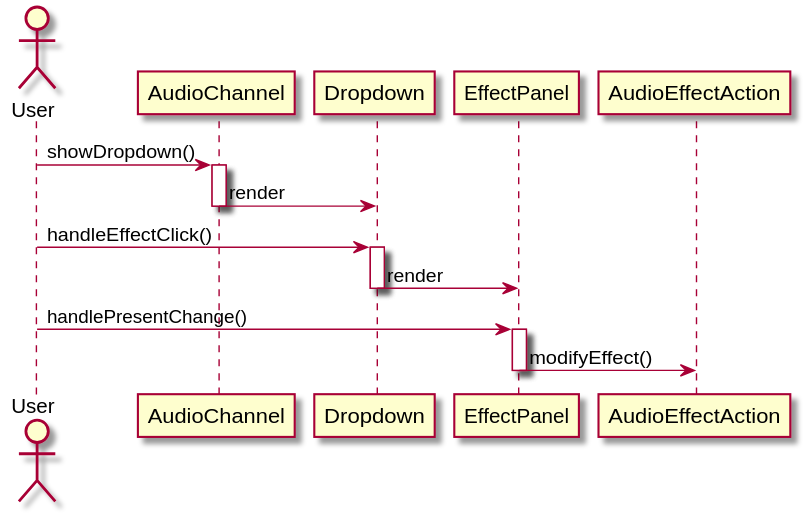
The PlantUML diagram out/sequence_diagram/modifyEffectPresent/modifyEffectPresent.svg in austudio-team/austudio-uml-graph, before a commit.
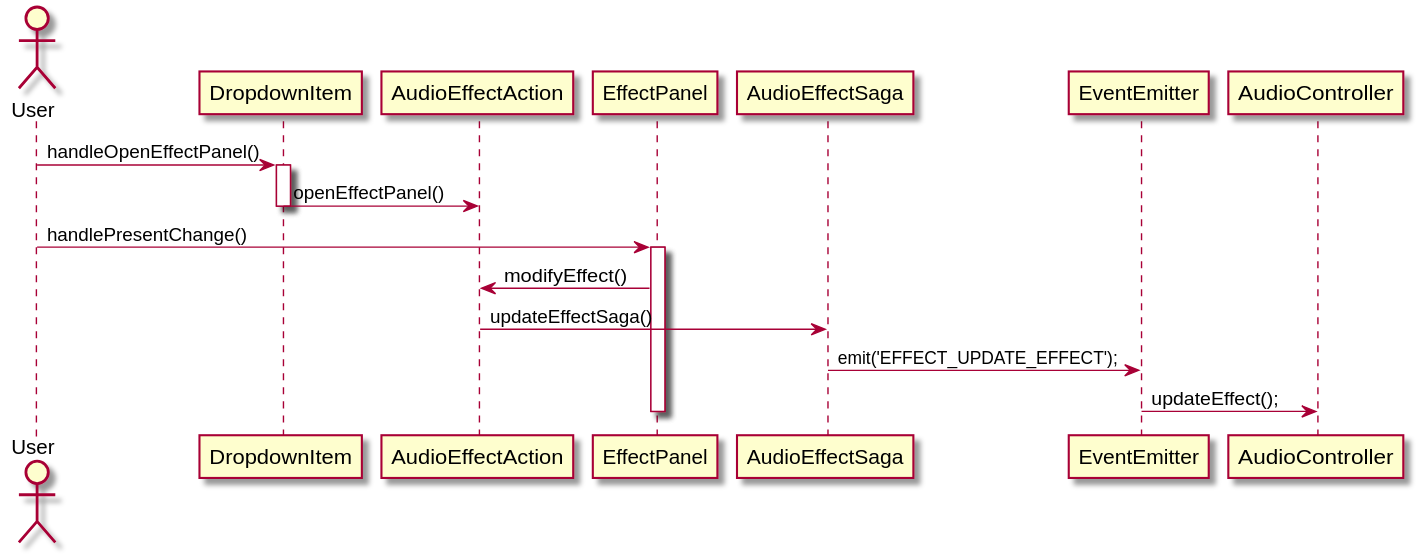
After the commit.

Diff of the diagram source:
```diff
@@ -1,17 +1,16 @@
 @startuml
 actor User
 
-User -> AudioChannel: showDropdown()
-activate AudioChannel
-AudioChannel -> Dropdown: render
-deactivate AudioChannel
-User -> Dropdown: handleEffectClick()
-activate Dropdown
-Dropdown -> EffectPanel: render
-deactivate Dropdown
+User -> DropdownItem: handleOpenEffectPanel()
+activate DropdownItem
+DropdownItem -> AudioEffectAction: openEffectPanel()
+deactivate DropdownItem
 
 User -> EffectPanel: handlePresentChange()
 activate EffectPanel
 EffectPanel -> AudioEffectAction: modifyEffect()
+AudioEffectAction -> AudioEffectSaga: updateEffectSaga()
+AudioEffectSaga -> EventEmitter: emit('EFFECT_UPDATE_EFFECT');
+EventEmitter -> AudioController: updateEffect();
 deactivate EffectPanel
 @enduml
```
